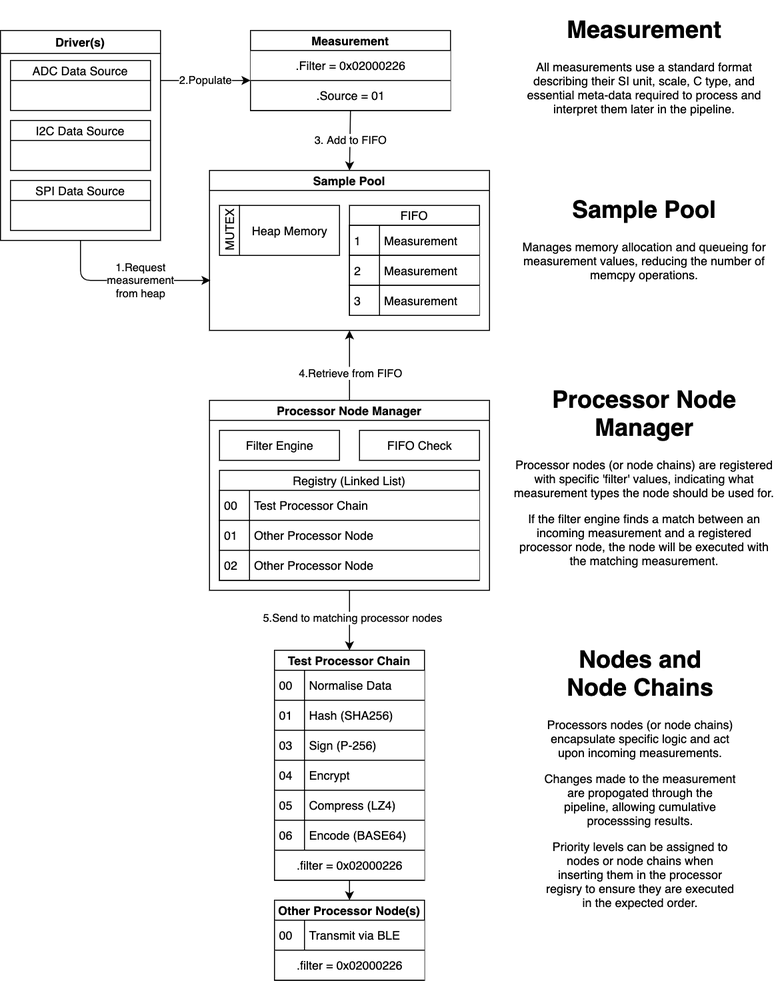
Earlier version of the draw.io export doc/Overview.png (Linaro/step). Source tidied: cells renumbered, new cells last; positions are measured from the earlier drawing's top-left corner, leaving out a move shared by most shapes.
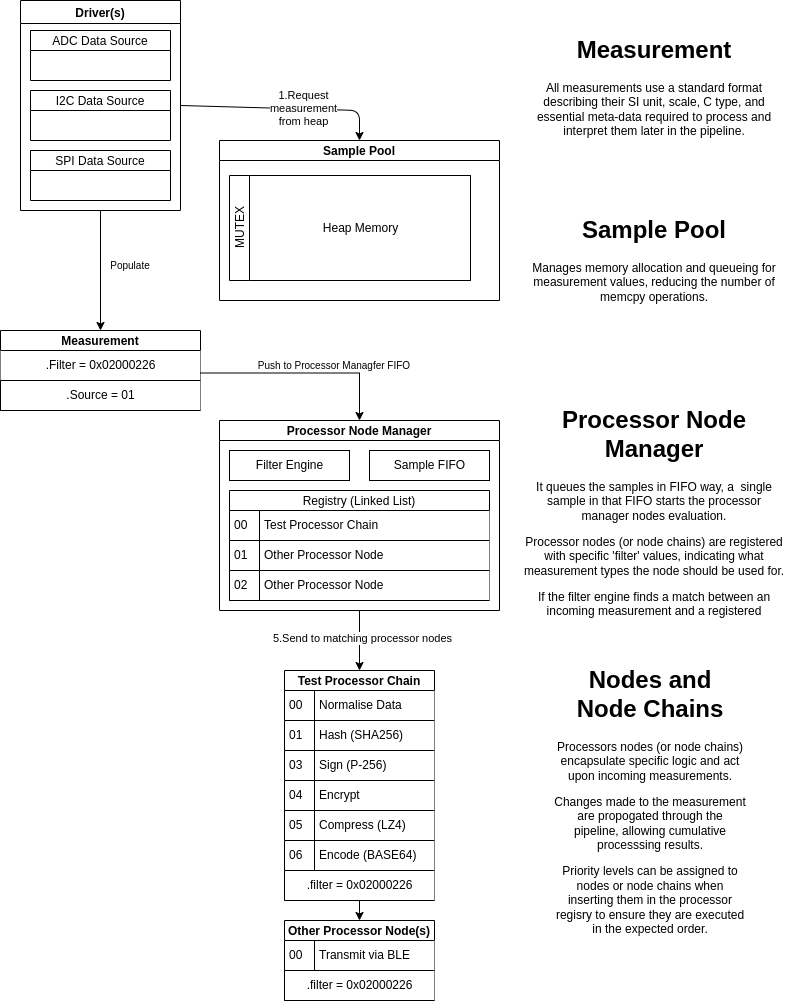
After the commit.

What changed in the source:
```diff
@@ -3,16 +3,16 @@
     <mxCell id="0" />
     <mxCell id="1" parent="0" />
     <mxCell id="2" value="ADC Data Source" style="swimlane;fontStyle=0;horizontal=1;startSize=20;fillColor=#ffffff;swimlaneFillColor=#ffffff;" parent="1" vertex="1">
-      <mxGeometry x="10" y="50" width="140" height="50" as="geometry" />
+      <mxGeometry x="20" width="140" height="50" as="geometry" />
     </mxCell>
     <mxCell id="3" value="I2C Data Source" style="swimlane;fontStyle=0;horizontal=1;startSize=20;fillColor=#ffffff;swimlaneFillColor=#ffffff;" parent="1" vertex="1">
-      <mxGeometry x="10" y="110" width="140" height="50" as="geometry" />
+      <mxGeometry x="20" y="60" width="140" height="50" as="geometry" />
     </mxCell>
     <mxCell id="4" value="SPI Data Source" style="swimlane;fontStyle=0;horizontal=1;startSize=20;fillColor=#ffffff;swimlaneFillColor=#ffffff;" parent="1" vertex="1">
-      <mxGeometry x="10" y="170" width="140" height="50" as="geometry" />
+      <mxGeometry x="20" y="120" width="140" height="50" as="geometry" />
     </mxCell>
     <mxCell id="5" value="Measurement" style="swimlane;fontStyle=1;horizontal=1;startSize=20;fillColor=#ffffff;swimlaneFillColor=#ffffff;" parent="1" vertex="1">
-      <mxGeometry x="250" y="20" width="200" height="80" as="geometry" />
+      <mxGeometry x="-10" y="300" width="200" height="80" as="geometry" />
     </mxCell>
     <mxCell id="6" value=".Filter = 0x02000226" style="html=1;dashed=0;whitespace=wrap;shape=partialRectangle;right=0;left=0;" parent="5" vertex="1">
       <mxGeometry y="20" width="200" height="30" as="geometry" />
@@ -21,38 +21,17 @@
       <mxGeometry y="50" width="200" height="30" as="geometry" />
     </mxCell>
     <mxCell id="8" value="Sample Pool" style="swimlane;fontStyle=1;horizontal=1;startSize=20;fillColor=#ffffff;swimlaneFillColor=#ffffff;" parent="1" vertex="1">
-      <mxGeometry x="209" y="160" width="280" height="160" as="geometry" />
+      <mxGeometry x="209" y="110" width="280" height="160" as="geometry" />
     </mxCell>
-    <mxCell id="9" value="FIFO" style="swimlane;fontStyle=0;horizontal=1;startSize=20;fillColor=#ffffff;swimlaneFillColor=#ffffff;" parent="1" vertex="1">
-      <mxGeometry x="349" y="195" width="130" height="110" as="geometry" />
-    </mxCell>
-    <mxCell id="10" value="1&amp;nbsp; &amp;nbsp; &amp;nbsp; &amp;nbsp;Measurement" style="html=1;dashed=0;whitespace=wrap;shape=mxgraph.dfd.dataStoreID;align=left;spacingLeft=3;" parent="9" vertex="1">
-      <mxGeometry y="20" width="130" height="30" as="geometry" />
-    </mxCell>
-    <mxCell id="11" value="2&amp;nbsp; &amp;nbsp; &amp;nbsp; &amp;nbsp;Measurement" style="html=1;dashed=0;whitespace=wrap;shape=mxgraph.dfd.dataStoreID;align=left;spacingLeft=3;" parent="9" vertex="1">
-      <mxGeometry y="50" width="130" height="30" as="geometry" />
-    </mxCell>
-    <mxCell id="12" value="3&amp;nbsp; &amp;nbsp; &amp;nbsp; &amp;nbsp;Measurement" style="html=1;dashed=0;whitespace=wrap;shape=mxgraph.dfd.dataStoreID;align=left;spacingLeft=3;" parent="9" vertex="1">
-      <mxGeometry y="80" width="130" height="30" as="geometry" />
-    </mxCell>
     <mxCell id="13" value="Heap Memory" style="html=1;dashed=0;whitespace=wrap;" parent="1" vertex="1">
-      <mxGeometry x="239" y="195" width="100" height="50" as="geometry" />
+      <mxGeometry x="239" y="145" width="221" height="105" as="geometry" />
     </mxCell>
     <mxCell id="14" value="MUTEX" style="html=1;dashed=0;whitespace=wrap;direction=west;horizontal=0;" parent="1" vertex="1">
-      <mxGeometry x="219" y="195" width="20" height="50" as="geometry" />
+      <mxGeometry x="219" y="145" width="20" height="105" as="geometry" />
     </mxCell>
-    <mxCell id="15" value="3. Add to FIFO" style="endArrow=classic;html=1;exitX=0.5;exitY=1;exitDx=0;exitDy=0;entryX=0.5;entryY=0;entryDx=0;entryDy=0;" parent="1" edge="1" source="7" target="8">
-      <mxGeometry relative="1" as="geometry" />
-    </mxCell>
     <mxCell id="16" value="Processor Node Manager" style="swimlane;fontStyle=1;horizontal=1;startSize=20;fillColor=#ffffff;swimlaneFillColor=#ffffff;" parent="1" vertex="1">
       <mxGeometry x="209" y="390" width="280" height="190" as="geometry" />
     </mxCell>
-    <mxCell id="17" style="endArrow=classic;html=1;exitX=0.5;exitY=0;exitDx=0;exitDy=0;entryX=0.5;entryY=1;entryDx=0;entryDy=0;" parent="1" edge="1" source="16" target="8">
-      <mxGeometry relative="1" as="geometry" />
-    </mxCell>
-    <mxCell id="18" value="4.Retrieve from FIFO" style="edgeLabel;html=1;align=center;verticalAlign=middle;" parent="17" vertex="1">
-      <mxGeometry x="-0.19" relative="1" as="geometry" />
-    </mxCell>
     <mxCell id="19" value="Test Processor Chain" style="swimlane;fontStyle=1;horizontal=1;startSize=20;fillColor=#ffffff;swimlaneFillColor=#ffffff;" parent="1" vertex="1">
       <mxGeometry x="274" y="640" width="150" height="230" as="geometry" />
     </mxCell>
@@ -95,31 +74,28 @@
     <mxCell id="32" value="&lt;h1&gt;Sample Pool&lt;/h1&gt;&lt;p&gt;Manages memory allocation and queueing for measurement values, reducing the number of memcpy operations.&lt;/p&gt;" style="text;html=1;strokeColor=none;fillColor=none;spacing=5;spacingTop=-20;whiteSpace=wrap;overflow=hidden;rounded=0;align=center;" parent="1" vertex="1">
       <mxGeometry x="509" y="180" width="270" height="120" as="geometry" />
     </mxCell>
-    <mxCell id="33" value="&lt;h1&gt;Processor Node Manager&lt;/h1&gt;&lt;p&gt;Processor nodes (or node chains) are registered with specific 'filter' values, indicating what measurement types the node should be used for.&lt;/p&gt;&lt;p&gt;If the filter engine finds a match between an incoming measurement and a registered processor node, the node will be executed with the matching measurement.&lt;/p&gt;" style="text;html=1;strokeColor=none;fillColor=none;spacing=5;spacingTop=-20;whiteSpace=wrap;overflow=hidden;rounded=0;align=center;" parent="1" vertex="1">
+    <mxCell id="33" value="&lt;h1&gt;Processor Node Manager&lt;/h1&gt;&lt;div&gt;It queues the samples in FIFO way, a&amp;nbsp; single sample in that FIFO starts the processor manager nodes evaluation.&lt;/div&gt;&lt;p&gt;Processor nodes (or node chains) are registered with specific 'filter' values, indicating what measurement types the node should be used for.&lt;/p&gt;&lt;p&gt;If the filter engine finds a match between an incoming measurement and a registered processor node, the node will be executed with the matching measurement.&lt;/p&gt;" style="text;html=1;strokeColor=none;fillColor=none;spacing=5;spacingTop=-20;whiteSpace=wrap;overflow=hidden;rounded=0;align=center;" parent="1" vertex="1">
       <mxGeometry x="509" y="370" width="270" height="220" as="geometry" />
     </mxCell>
-    <mxCell id="34" value="FIFO Check" style="html=1;dashed=0;whitespace=wrap;align=center;" parent="1" vertex="1">
+    <mxCell id="34" value="Sample FIFO" style="html=1;dashed=0;whitespace=wrap;align=center;" parent="1" vertex="1">
       <mxGeometry x="359" y="420" width="120" height="30" as="geometry" />
     </mxCell>
     <mxCell id="35" value="&lt;h1&gt;Nodes and&lt;br&gt;Node Chains&lt;/h1&gt;&lt;p&gt;Processors nodes (or node chains) encapsulate specific logic and act upon incoming measurements.&lt;/p&gt;&lt;p&gt;Changes made to the measurement are propogated through the pipeline, allowing cumulative processsing results.&lt;/p&gt;&lt;p&gt;Priority levels can be assigned to nodes or node chains when inserting them in the processor regisry to ensure they are executed in the expected order.&lt;/p&gt;" style="text;html=1;strokeColor=none;fillColor=none;spacing=5;spacingTop=-20;whiteSpace=wrap;overflow=hidden;rounded=0;align=center;" parent="1" vertex="1">
       <mxGeometry x="540" y="630" width="200" height="300" as="geometry" />
     </mxCell>
+    <mxCell id="46" style="edgeStyle=orthogonalEdgeStyle;rounded=0;jettySize=auto;html=1;exitX=0.5;exitY=1;exitDx=0;exitDy=0;entryX=0.5;entryY=0;entryDx=0;entryDy=0;" parent="1" edge="1" source="36" target="5">
+      <mxGeometry relative="1" as="geometry" />
+    </mxCell>
     <mxCell id="36" value="Driver(s)" style="swimlane;" parent="1" vertex="1">
-      <mxGeometry y="20" width="160" height="210" as="geometry" />
+      <mxGeometry x="10" y="-30" width="160" height="210" as="geometry" />
     </mxCell>
-    <mxCell id="37" value="2.Populate" style="endArrow=classic;html=1;entryX=0;entryY=0;entryDx=0;entryDy=0;" parent="1" edge="1" target="7">
-      <mxGeometry relative="1" as="geometry">
-        <mxPoint x="160" y="70" as="sourcePoint" />
-      </mxGeometry>
-    </mxCell>
     <mxCell id="38" value="&lt;h1&gt;Measurement&lt;/h1&gt;&lt;p&gt;All measurements use a standard format describing their SI unit, scale, C type, and essential meta-data required to process and interpret them later in the pipeline.&lt;/p&gt;" style="text;html=1;strokeColor=none;fillColor=none;spacing=5;spacingTop=-20;whiteSpace=wrap;overflow=hidden;rounded=0;align=center;" parent="1" vertex="1">
       <mxGeometry x="509" width="270" height="120" as="geometry" />
     </mxCell>
-    <mxCell id="39" value="1.Request&lt;br&gt;measurement&lt;br&gt;from heap" style="endArrow=classic;html=1;exitX=0.5;exitY=1;exitDx=0;exitDy=0;" parent="1" edge="1" source="36">
+    <mxCell id="39" value="1.Request&lt;br&gt;measurement&lt;br&gt;from heap" style="endArrow=classic;html=1;exitX=1;exitY=0.5;exitDx=0;exitDy=0;entryX=0.5;entryY=0;entryDx=0;entryDy=0;" parent="1" edge="1" source="36" target="8">
       <mxGeometry x="0.18" relative="1" as="geometry">
-        <mxPoint x="210" y="270" as="targetPoint" />
         <Array as="points">
-          <mxPoint x="80" y="270" />
+          <mxPoint x="349" y="80" />
         </Array>
       </mxGeometry>
     </mxCell>
@@ -141,5 +117,14 @@
     <mxCell id="45" style="endArrow=classic;html=1;exitX=0.5;exitY=1;exitDx=0;exitDy=0;entryX=0.5;entryY=0;entryDx=0;entryDy=0;" parent="1" edge="1" source="26" target="42">
       <mxGeometry relative="1" as="geometry" />
     </mxCell>
+    <mxCell id="47" style="edgeStyle=orthogonalEdgeStyle;rounded=0;jettySize=auto;html=1;exitX=1;exitY=0.75;exitDx=0;exitDy=0;entryX=0.5;entryY=0;entryDx=0;entryDy=0;" parent="1" edge="1" source="6" target="16">
+      <mxGeometry relative="1" as="geometry" />
+    </mxCell>
+    <mxCell id="48" value="&lt;font style=&quot;font-size: 10px;&quot;&gt;Populate&lt;/font&gt;" style="text;html=1;strokeColor=none;fillColor=none;align=center;verticalAlign=middle;whiteSpace=wrap;rounded=0;" parent="1" vertex="1">
+      <mxGeometry x="90" y="220" width="60" height="30" as="geometry" />
+    </mxCell>
+    <mxCell id="49" value="&lt;font style=&quot;font-size: 10px;&quot;&gt;Push to Processor Managfer FIFO&lt;/font&gt;" style="text;html=1;strokeColor=none;fillColor=none;align=center;verticalAlign=middle;whiteSpace=wrap;rounded=0;" parent="1" vertex="1">
+      <mxGeometry x="219" y="320" width="210" height="30" as="geometry" />
+    </mxCell>
   </root>
 </mxGraphModel>
```
